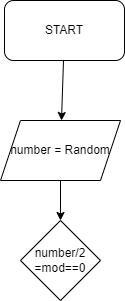
This is Ex6/Ex6.drawio.png from RuslanKharisov7/HomeWorkC-, a draw.io export, as it was before one commit. Source tidied: cells renumbered, new cells last; positions are measured from the earlier drawing's top-left corner, leaving out a move shared by most shapes. Its diagram source:
```xml
<mxGraphModel>
  <root>
    <mxCell id="0" />
    <mxCell id="1" parent="0" />
    <mxCell id="2" style="edgeStyle=none;html=1;" parent="1" edge="1" source="3" target="5">
      <mxGeometry relative="1" as="geometry" />
    </mxCell>
    <mxCell id="3" value="START" style="rounded=1;whiteSpace=wrap;html=1;" parent="1" vertex="1">
      <mxGeometry x="4" width="120" height="60" as="geometry" />
    </mxCell>
    <mxCell id="4" style="edgeStyle=none;html=1;" parent="1" edge="1" source="5" target="6">
      <mxGeometry relative="1" as="geometry" />
    </mxCell>
    <mxCell id="5" value="number = Random" style="shape=parallelogram;perimeter=parallelogramPerimeter;whiteSpace=wrap;html=1;fixedSize=1;" parent="1" vertex="1">
      <mxGeometry y="120" width="120" height="60" as="geometry" />
    </mxCell>
    <mxCell id="6" value="number/2 =mod==0" style="rhombus;whiteSpace=wrap;html=1;" parent="1" vertex="1">
      <mxGeometry x="20" y="220" width="80" height="80" as="geometry" />
    </mxCell>
  </root>
</mxGraphModel>
```
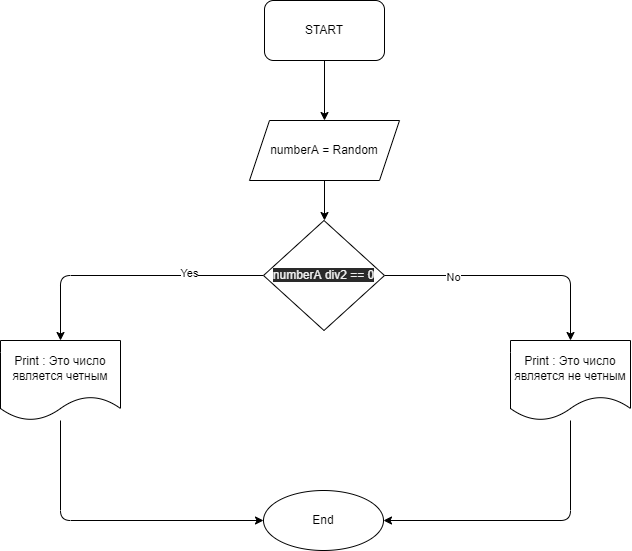
Above is the later version.

Diff of the diagram source:
```diff
@@ -8,14 +8,59 @@
     <mxCell id="3" value="START" style="rounded=1;whiteSpace=wrap;html=1;" parent="1" vertex="1">
       <mxGeometry x="4" width="120" height="60" as="geometry" />
     </mxCell>
-    <mxCell id="4" style="edgeStyle=none;html=1;" parent="1" edge="1" source="5" target="6">
-      <mxGeometry relative="1" as="geometry" />
+    <mxCell id="4" style="edgeStyle=none;html=1;" parent="1" edge="1" source="5">
+      <mxGeometry relative="1" as="geometry">
+        <mxPoint x="64" y="220" as="targetPoint" />
+      </mxGeometry>
     </mxCell>
-    <mxCell id="5" value="number = Random" style="shape=parallelogram;perimeter=parallelogramPerimeter;whiteSpace=wrap;html=1;fixedSize=1;" parent="1" vertex="1">
-      <mxGeometry y="120" width="120" height="60" as="geometry" />
+    <mxCell id="5" value="numberA = Random" style="shape=parallelogram;perimeter=parallelogramPerimeter;whiteSpace=wrap;html=1;fixedSize=1;" parent="1" vertex="1">
+      <mxGeometry x="-11" y="120" width="150" height="60" as="geometry" />
     </mxCell>
-    <mxCell id="6" value="number/2 =mod==0" style="rhombus;whiteSpace=wrap;html=1;" parent="1" vertex="1">
-      <mxGeometry x="20" y="220" width="80" height="80" as="geometry" />
-    </mxCell>
+    <mxCell id="7" style="edgeStyle=none;html=1;entryX=0.5;entryY=0;entryDx=0;entryDy=0;" parent="1" edge="1" source="11" target="13">
+      <mxGeometry relative="1" as="geometry">
+        <Array as="points">
+          <mxPoint x="-200" y="275" />
+        </Array>
+      </mxGeometry>
+    </mxCell>
+    <mxCell id="8" value="Yes" style="edgeLabel;html=1;align=center;verticalAlign=middle;" parent="7" vertex="1">
+      <mxGeometry x="-0.45" y="-2" relative="1" as="geometry" />
+    </mxCell>
+    <mxCell id="9" style="edgeStyle=none;html=1;entryX=0.5;entryY=0;entryDx=0;entryDy=0;" parent="1" edge="1" source="11" target="15">
+      <mxGeometry relative="1" as="geometry">
+        <Array as="points">
+          <mxPoint x="310" y="275" />
+        </Array>
+      </mxGeometry>
+    </mxCell>
+    <mxCell id="10" value="No" style="edgeLabel;html=1;align=center;verticalAlign=middle;" parent="9" vertex="1">
+      <mxGeometry x="-0.46" y="-2" relative="1" as="geometry" />
+    </mxCell>
+    <mxCell id="11" value="&#10;&#10;&lt;span style=&quot;color: rgb(240, 240, 240); font-family: helvetica; font-size: 12px; font-style: normal; font-weight: 400; letter-spacing: normal; text-align: center; text-indent: 0px; text-transform: none; word-spacing: 0px; background-color: rgb(42, 42, 42); display: inline; float: none;&quot;&gt;numberA div2 == 0&lt;/span&gt;&#10;&#10;" style="rhombus;whiteSpace=wrap;html=1;" parent="1" vertex="1">
+      <mxGeometry x="3" y="220" width="121" height="110" as="geometry" />
+    </mxCell>
+    <mxCell id="12" style="edgeStyle=none;html=1;" parent="1" edge="1" source="13" target="16">
+      <mxGeometry relative="1" as="geometry">
+        <Array as="points">
+          <mxPoint x="-200" y="520" />
+        </Array>
+      </mxGeometry>
+    </mxCell>
+    <mxCell id="13" value="Print : Это число является четным" style="shape=document;whiteSpace=wrap;html=1;boundedLbl=1;" parent="1" vertex="1">
+      <mxGeometry x="-260" y="340" width="120" height="80" as="geometry" />
+    </mxCell>
+    <mxCell id="14" style="edgeStyle=none;html=1;entryX=1;entryY=0.5;entryDx=0;entryDy=0;" parent="1" edge="1" source="15" target="16">
+      <mxGeometry relative="1" as="geometry">
+        <Array as="points">
+          <mxPoint x="310" y="520" />
+        </Array>
+      </mxGeometry>
+    </mxCell>
+    <mxCell id="15" value="Print : Это число является не четным" style="shape=document;whiteSpace=wrap;html=1;boundedLbl=1;" parent="1" vertex="1">
+      <mxGeometry x="250" y="340" width="120" height="80" as="geometry" />
+    </mxCell>
+    <mxCell id="16" value="End" style="ellipse;whiteSpace=wrap;html=1;" parent="1" vertex="1">
+      <mxGeometry x="3" y="490" width="120" height="60" as="geometry" />
+    </mxCell>
   </root>
 </mxGraphModel>
```
